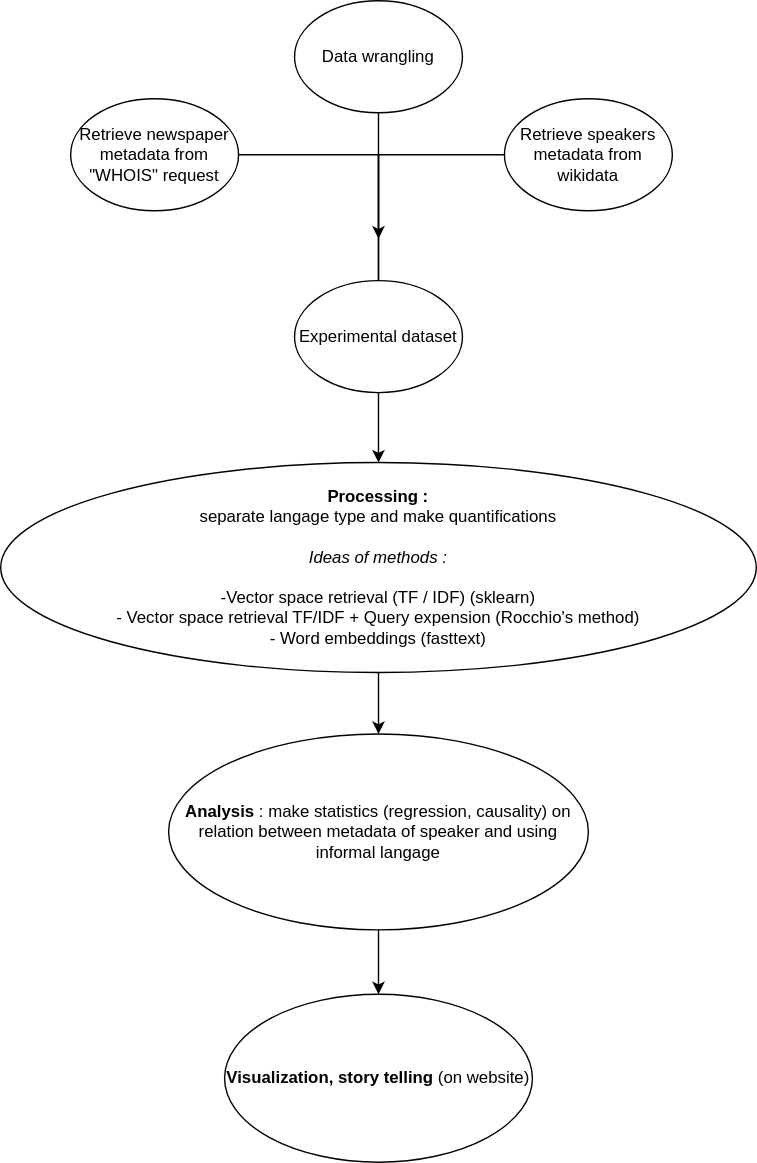
Before: test_diagram.drawio.svg, a diagram exported from draw.io (epfl-ada/ada-2021-project-adacadabra). Source tidied: cells renumbered, new cells last; positions are measured from the earlier drawing's top-left corner, leaving out a move shared by most shapes. Source of this version:
```xml
<mxGraphModel>
  <root>
    <mxCell id="0" />
    <mxCell id="1" parent="0" />
    <mxCell id="2" style="edgeStyle=orthogonalEdgeStyle;rounded=0;jettySize=auto;html=1;" parent="1" edge="1" source="3" target="5">
      <mxGeometry relative="1" as="geometry" />
    </mxCell>
    <mxCell id="3" value="Data wrangling" style="ellipse;whiteSpace=wrap;html=1;" parent="1" vertex="1">
      <mxGeometry x="210" width="120" height="80" as="geometry" />
    </mxCell>
    <mxCell id="4" style="edgeStyle=orthogonalEdgeStyle;rounded=0;jettySize=auto;html=1;" parent="1" edge="1" source="5" target="7">
      <mxGeometry relative="1" as="geometry" />
    </mxCell>
    <mxCell id="5" value="&lt;b&gt;Processing : &lt;/b&gt;&lt;br&gt;&lt;div&gt;separate langage type and make quantifications&lt;/div&gt;&lt;div&gt;&lt;br&gt;&lt;/div&gt;&lt;div&gt;&lt;i&gt;Ideas of methods : &lt;br&gt;&lt;/i&gt;&lt;/div&gt;&lt;div&gt;&lt;br&gt;&lt;/div&gt;&lt;div&gt;-Vector space retrieval (TF / IDF) (sklearn)&lt;/div&gt;&lt;div&gt;- Vector space retrieval TF/IDF + Query expension (Rocchio's method)&lt;br&gt;- Word embeddings (fasttext)&lt;br&gt;&lt;/div&gt;" style="ellipse;whiteSpace=wrap;html=1;" parent="1" vertex="1">
      <mxGeometry y="330" width="540" height="150" as="geometry" />
    </mxCell>
    <mxCell id="6" style="edgeStyle=orthogonalEdgeStyle;rounded=0;jettySize=auto;html=1;" parent="1" edge="1" source="7" target="8">
      <mxGeometry relative="1" as="geometry" />
    </mxCell>
    <mxCell id="7" value="&lt;b&gt;Analysis&lt;/b&gt; : make statistics (regression, causality) on relation between metadata of speaker and using informal langage" style="ellipse;whiteSpace=wrap;html=1;" parent="1" vertex="1">
      <mxGeometry x="120" y="524" width="300" height="140" as="geometry" />
    </mxCell>
    <mxCell id="8" value="&lt;b&gt;Visualization, story telling&lt;/b&gt; (on website)" style="ellipse;whiteSpace=wrap;html=1;" parent="1" vertex="1">
      <mxGeometry x="160" y="710" width="220" height="120" as="geometry" />
    </mxCell>
    <mxCell id="9" value="Retrieve speakers metadata from wikidata" style="ellipse;whiteSpace=wrap;html=1;" parent="1" vertex="1">
      <mxGeometry x="360" y="70" width="120" height="80" as="geometry" />
    </mxCell>
    <mxCell id="10" style="edgeStyle=orthogonalEdgeStyle;rounded=0;jettySize=auto;html=1;" parent="1" edge="1" source="11">
      <mxGeometry relative="1" as="geometry">
        <mxPoint x="270" y="170" as="targetPoint" />
      </mxGeometry>
    </mxCell>
    <mxCell id="11" value="Retrieve newspaper metadata from &quot;WHOIS&quot; request" style="ellipse;whiteSpace=wrap;html=1;" parent="1" vertex="1">
      <mxGeometry x="50" y="70" width="120" height="80" as="geometry" />
    </mxCell>
    <mxCell id="12" value="Experimental dataset" style="ellipse;whiteSpace=wrap;html=1;" parent="1" vertex="1">
      <mxGeometry x="210" y="200" width="120" height="80" as="geometry" />
    </mxCell>
    <mxCell id="13" style="edgeStyle=orthogonalEdgeStyle;rounded=0;jettySize=auto;html=1;exitX=0;exitY=0.5;exitDx=0;exitDy=0;entryX=0.5;entryY=0;entryDx=0;entryDy=0;endArrow=none;" parent="1" edge="1" source="9" target="12">
      <mxGeometry relative="1" as="geometry" />
    </mxCell>
  </root>
</mxGraphModel>
```
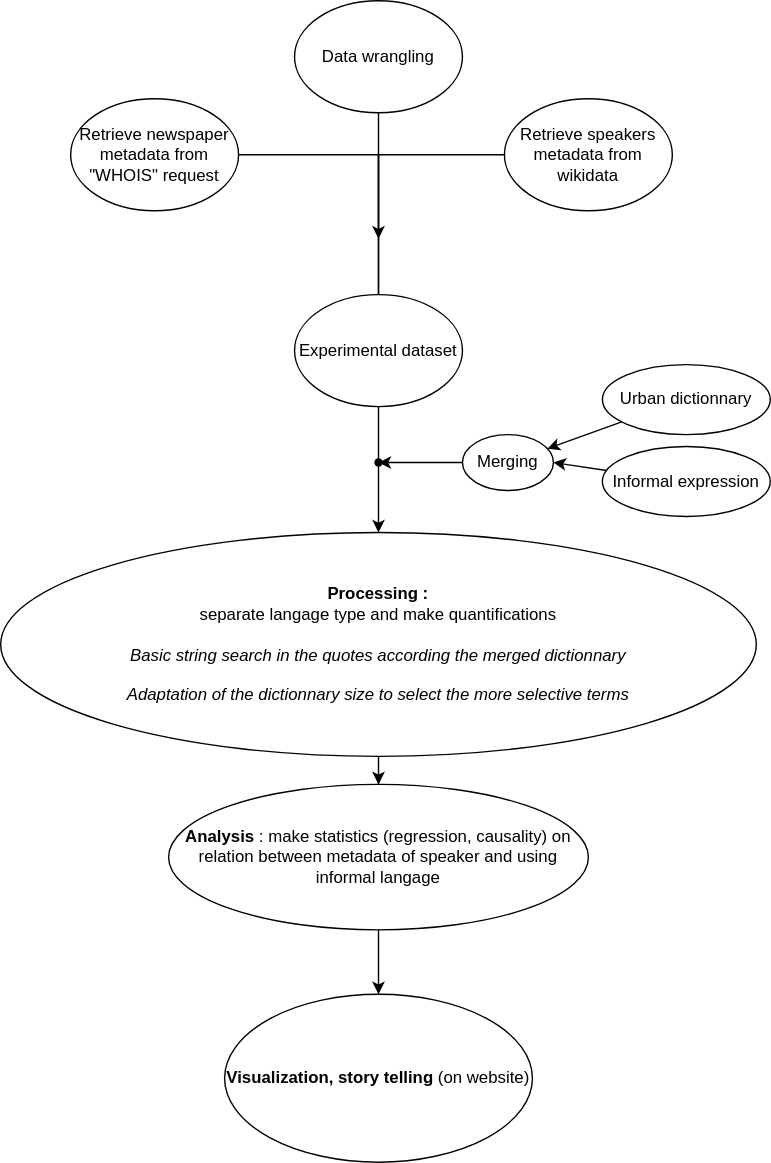
The same diagram one commit later.

What changed in the source:
```diff
@@ -11,14 +11,14 @@
     <mxCell id="4" style="edgeStyle=orthogonalEdgeStyle;rounded=0;jettySize=auto;html=1;" parent="1" edge="1" source="5" target="7">
       <mxGeometry relative="1" as="geometry" />
     </mxCell>
-    <mxCell id="5" value="&lt;b&gt;Processing : &lt;/b&gt;&lt;br&gt;&lt;div&gt;separate langage type and make quantifications&lt;/div&gt;&lt;div&gt;&lt;br&gt;&lt;/div&gt;&lt;div&gt;&lt;i&gt;Ideas of methods : &lt;br&gt;&lt;/i&gt;&lt;/div&gt;&lt;div&gt;&lt;br&gt;&lt;/div&gt;&lt;div&gt;-Vector space retrieval (TF / IDF) (sklearn)&lt;/div&gt;&lt;div&gt;- Vector space retrieval TF/IDF + Query expension (Rocchio's method)&lt;br&gt;- Word embeddings (fasttext)&lt;br&gt;&lt;/div&gt;" style="ellipse;whiteSpace=wrap;html=1;" parent="1" vertex="1">
-      <mxGeometry y="330" width="540" height="150" as="geometry" />
+    <mxCell id="5" value="&lt;b&gt;Processing : &lt;/b&gt;&lt;br&gt;&lt;div&gt;separate langage type and make quantifications&lt;/div&gt;&lt;div&gt;&lt;br&gt;&lt;/div&gt;&lt;div&gt;&lt;i&gt;Basic string search in the quotes according the merged dictionnary&lt;/i&gt;&lt;/div&gt;&lt;div&gt;&lt;br&gt;&lt;/div&gt;&lt;div&gt;&lt;i&gt;Adaptation of the dictionnary size to select the more selective terms&lt;/i&gt;&lt;/div&gt;" style="ellipse;whiteSpace=wrap;html=1;" parent="1" vertex="1">
+      <mxGeometry y="380" width="540" height="160" as="geometry" />
     </mxCell>
     <mxCell id="6" style="edgeStyle=orthogonalEdgeStyle;rounded=0;jettySize=auto;html=1;" parent="1" edge="1" source="7" target="8">
       <mxGeometry relative="1" as="geometry" />
     </mxCell>
     <mxCell id="7" value="&lt;b&gt;Analysis&lt;/b&gt; : make statistics (regression, causality) on relation between metadata of speaker and using informal langage" style="ellipse;whiteSpace=wrap;html=1;" parent="1" vertex="1">
-      <mxGeometry x="120" y="524" width="300" height="140" as="geometry" />
+      <mxGeometry x="120" y="560" width="300" height="104" as="geometry" />
     </mxCell>
     <mxCell id="8" value="&lt;b&gt;Visualization, story telling&lt;/b&gt; (on website)" style="ellipse;whiteSpace=wrap;html=1;" parent="1" vertex="1">
       <mxGeometry x="160" y="710" width="220" height="120" as="geometry" />
@@ -35,10 +35,31 @@
       <mxGeometry x="50" y="70" width="120" height="80" as="geometry" />
     </mxCell>
     <mxCell id="12" value="Experimental dataset" style="ellipse;whiteSpace=wrap;html=1;" parent="1" vertex="1">
-      <mxGeometry x="210" y="200" width="120" height="80" as="geometry" />
+      <mxGeometry x="210" y="210" width="120" height="80" as="geometry" />
     </mxCell>
     <mxCell id="13" style="edgeStyle=orthogonalEdgeStyle;rounded=0;jettySize=auto;html=1;exitX=0;exitY=0.5;exitDx=0;exitDy=0;entryX=0.5;entryY=0;entryDx=0;entryDy=0;endArrow=none;" parent="1" edge="1" source="9" target="12">
       <mxGeometry relative="1" as="geometry" />
     </mxCell>
+    <mxCell id="14" style="edgeStyle=none;rounded=0;jettySize=auto;html=1;" parent="1" edge="1" source="15" target="19">
+      <mxGeometry relative="1" as="geometry" />
+    </mxCell>
+    <mxCell id="15" value="Urban dictionnary" style="ellipse;whiteSpace=wrap;html=1;" parent="1" vertex="1">
+      <mxGeometry x="430" y="260" width="120" height="50" as="geometry" />
+    </mxCell>
+    <mxCell id="16" style="edgeStyle=none;rounded=0;jettySize=auto;html=1;entryX=1;entryY=0.5;entryDx=0;entryDy=0;" parent="1" edge="1" source="17" target="19">
+      <mxGeometry relative="1" as="geometry" />
+    </mxCell>
+    <mxCell id="17" value="Informal expression" style="ellipse;whiteSpace=wrap;html=1;" parent="1" vertex="1">
+      <mxGeometry x="430" y="318.5" width="120" height="50" as="geometry" />
+    </mxCell>
+    <mxCell id="18" style="edgeStyle=none;rounded=0;jettySize=auto;html=1;" parent="1" edge="1" source="19" target="20">
+      <mxGeometry relative="1" as="geometry" />
+    </mxCell>
+    <mxCell id="19" value="Merging" style="ellipse;whiteSpace=wrap;html=1;" parent="1" vertex="1">
+      <mxGeometry x="330" y="310" width="65" height="40" as="geometry" />
+    </mxCell>
+    <mxCell id="20" style="shape=waypoint;size=6;points=[];fillColor=rgba(255, 255, 255, 1);perimeter=centerPerimeter;snapToPoint=1;" parent="1" vertex="1">
+      <mxGeometry x="250" y="310" width="40" height="40" as="geometry" />
+    </mxCell>
   </root>
 </mxGraphModel>
```
